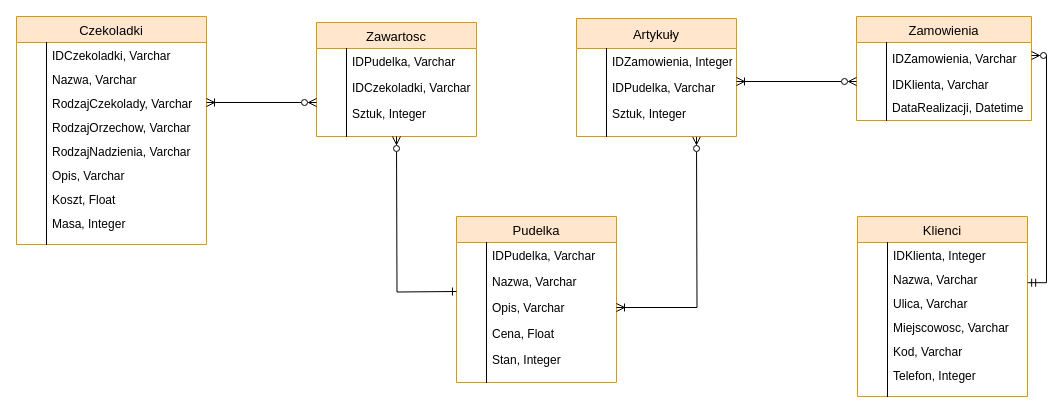
The draw.io diagram cwiczenie1.drawio in kasiatokarczuk/DATABASES_AGH_COURSE, before the edit. Source tidied: cells renumbered, new cells numbered last; positions are measured from the earlier drawing's top-left corner, leaving out a move shared by most shapes. Both pictures are drawn from the tidied source at 100%, with x=0, y=0 at pixel (16, 16).
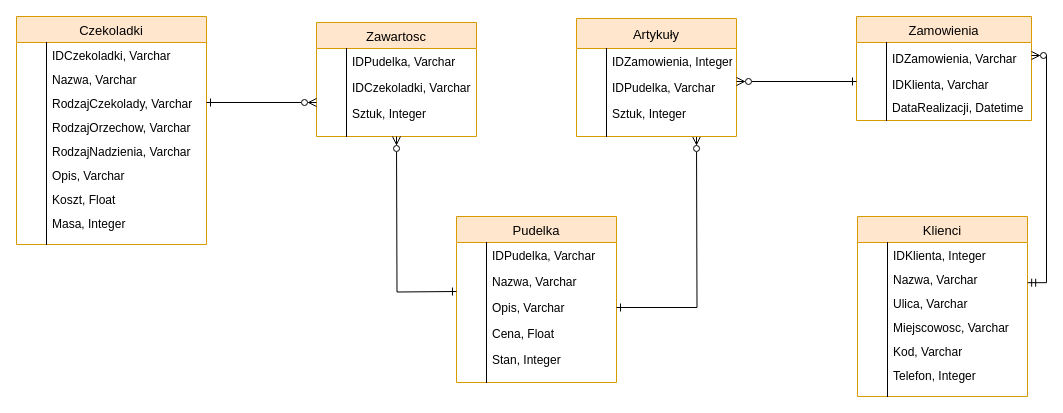
After the change.

Unchanged cells that the change refers to:
```xml
<mxCell id="7" value="RodzajCzekolady, Varchar" style="shape=partialRectangle;top=0;left=0;right=0;bottom=0;align=left;verticalAlign=top;fillColor=none;spacingLeft=34;spacingRight=4;overflow=hidden;points=[[0,0.5],[1,0.5]];portConstraint=eastwest;" parent="2" vertex="1">
  <mxGeometry y="74" width="190" height="24" as="geometry" />
</mxCell>
<mxCell id="21" value="Pudelka" style="swimlane;fontStyle=0;horizontal=1;startSize=26;fillColor=#FFE6CC;swimlaneFillColor=#ffffff;align=center;strokeWidth=1;fontSize=13;strokeColor=#d79b00;" parent="1" vertex="1">
  <mxGeometry x="440" y="200" width="160" height="166" as="geometry" />
</mxCell>
<mxCell id="27" value="Opis, Varchar" style="shape=partialRectangle;top=0;left=0;right=0;bottom=0;align=left;verticalAlign=top;fillColor=none;spacingLeft=34;spacingRight=4;overflow=hidden;points=[[0,0.5],[1,0.5]];portConstraint=eastwest;" parent="21" vertex="1">
  <mxGeometry y="78" width="160" height="26" as="geometry" />
</mxCell>
<mxCell id="47" value="IDKlienta, Varchar" style="shape=partialRectangle;top=0;left=0;right=0;bottom=0;align=left;verticalAlign=bottom;fillColor=none;spacingLeft=34;spacingRight=4;overflow=hidden;points=[[0,0.5],[1,0.5]];portConstraint=eastwest;fontStyle=0;" parent="44" vertex="1">
  <mxGeometry y="52" width="175" height="26" as="geometry" />
</mxCell>
```

Change to the diagram source:
```diff
@@
-    <mxCell id="26" style="edgeStyle=orthogonalEdgeStyle;rounded=0;jettySize=auto;html=1;exitX=1;exitY=0.5;exitDx=0;exitDy=0;endArrow=ERzeroToMany;endFill=0;startArrow=ERoneToMany;startFill=0;" parent="21" edge="1" source="27">
+    <mxCell id="26" style="edgeStyle=orthogonalEdgeStyle;rounded=0;jettySize=auto;html=1;exitX=1;exitY=0.5;exitDx=0;exitDy=0;endArrow=ERzeroToMany;endFill=0;startArrow=ERone;startFill=0;" parent="21" edge="1" source="27">
       <mxGeometry relative="1" as="geometry">
         <mxPoint x="240" y="-80" as="targetPoint" />
       </mxGeometry>
     </mxCell>
@@
-    <mxCell id="76" style="endArrow=ERzeroToMany;html=1;rounded=0;exitX=1;exitY=0.5;exitDx=0;exitDy=0;startArrow=ERoneToMany;startFill=0;endFill=0;" parent="1" edge="1" source="7">
+    <mxCell id="76" style="endArrow=ERzeroToMany;html=1;rounded=0;exitX=1;exitY=0.5;exitDx=0;exitDy=0;startArrow=ERone;startFill=0;endFill=0;" parent="1" edge="1" source="7">
       <mxGeometry relative="1" as="geometry">
         <mxPoint x="300" y="86" as="targetPoint" />
       </mxGeometry>
     </mxCell>
-    <mxCell id="77" style="endArrow=ERzeroToMany;html=1;rounded=0;entryX=0;entryY=0.5;entryDx=0;entryDy=0;startArrow=ERoneToMany;startFill=0;endFill=0;" parent="1" edge="1" target="47">
+    <mxCell id="77" style="endArrow=ERone;html=1;rounded=0;entryX=0;entryY=0.5;entryDx=0;entryDy=0;startArrow=ERzeroToMany;startFill=0;endFill=0;" parent="1" edge="1" target="47">
       <mxGeometry relative="1" as="geometry">
         <mxPoint x="720" y="65" as="sourcePoint" />
       </mxGeometry>
     </mxCell>
```
